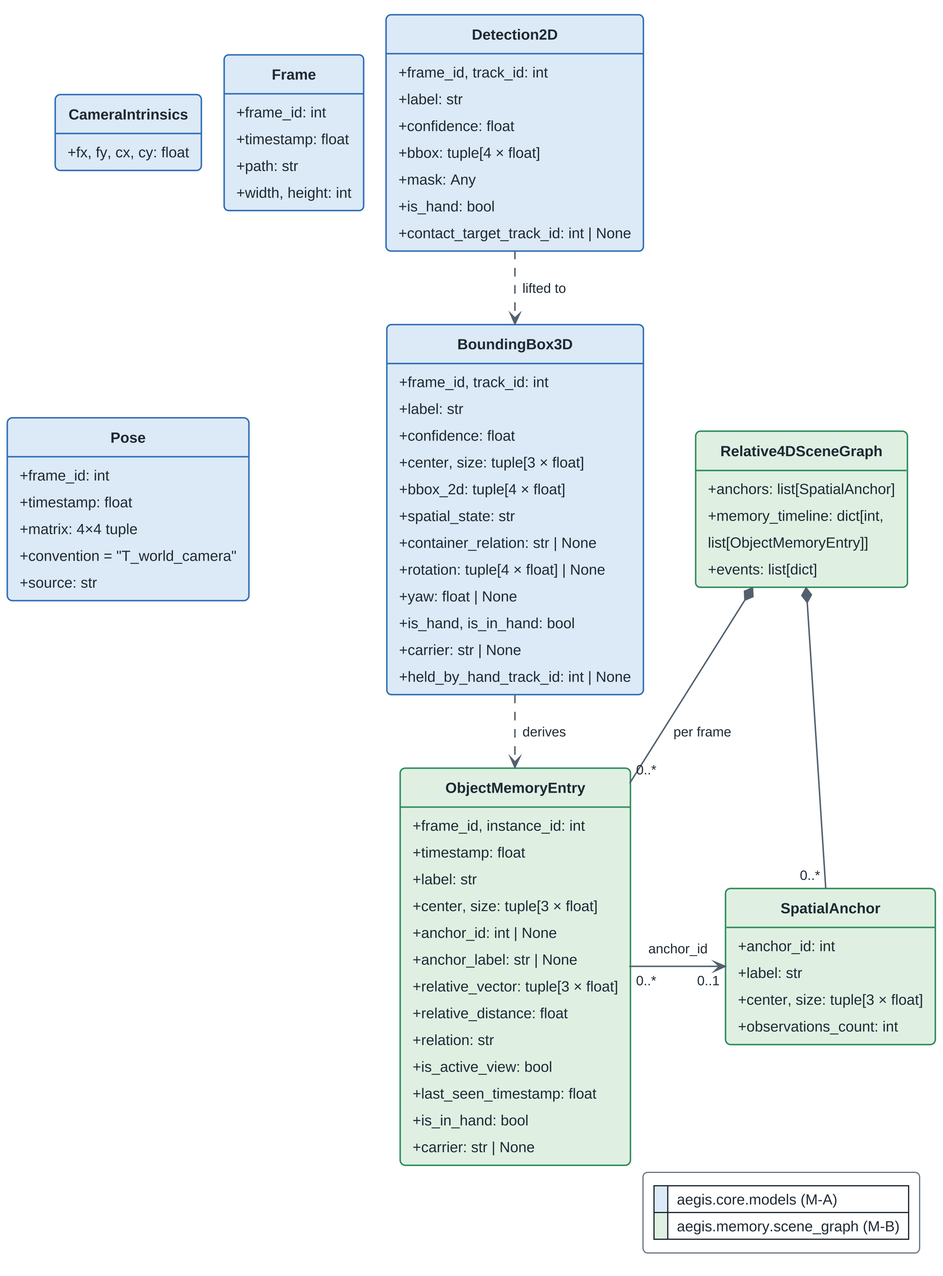
Before: fyp1FinalReport/ThesisFigs/ch6-class-core-models.png, a diagram exported from PlantUML (fez-Ox/aegis).
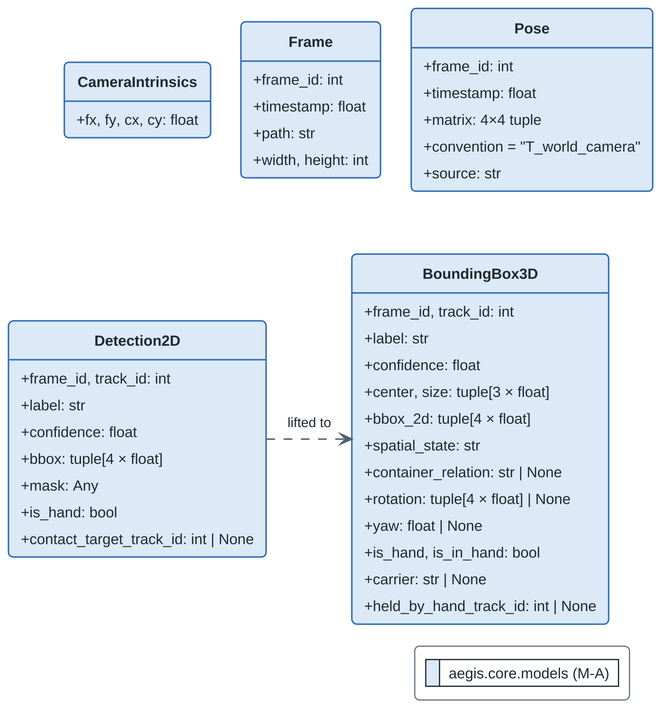
The same diagram one commit later.

Diff of the diagram source:
```diff
@@ -42,42 +42,12 @@
     +held_by_hand_track_id: int | None
   }
 
-  class Relative4DSceneGraph <<memory>> {
-    +anchors: list[SpatialAnchor]
-    +memory_timeline: dict[int,
-      list[ObjectMemoryEntry]]
-    +events: list[dict]
-  }
-  class SpatialAnchor <<memory>> {
-    +anchor_id: int
-    +label: str
-    +center, size: tuple[3 × float]
-    +observations_count: int
-  }
-  class ObjectMemoryEntry <<memory>> {
-    +frame_id, instance_id: int
-    +timestamp: float
-    +label: str
-    +center, size: tuple[3 × float]
-    +anchor_id: int | None
-    +anchor_label: str | None
-    +relative_vector: tuple[3 × float]
-    +relative_distance: float
-    +relation: str
-    +is_active_view: bool
-    +last_seen_timestamp: float
-    +is_in_hand: bool
-    +carrier: str | None
-  }
-
-Relative4DSceneGraph *-- "0..*" SpatialAnchor
-Relative4DSceneGraph *-- "0..*" ObjectMemoryEntry : per frame
-ObjectMemoryEntry "0..*" -right-> "0..1" SpatialAnchor : anchor_id
-BoundingBox3D ..> ObjectMemoryEntry : «derives»
-Detection2D ..> BoundingBox3D : «lifted to»
+CameraIntrinsics -[hidden]right- Frame
+Frame -[hidden]right- Pose
+CameraIntrinsics -[hidden]down- Detection2D
+Detection2D ..right..> BoundingBox3D : «lifted to»
 
 legend bottom right
   |<#DCE9F7> | aegis.core.models (M-A) |
-  |<#DFF0E3> | aegis.memory.scene_graph (M-B) |
 endlegend
 @enduml
```
